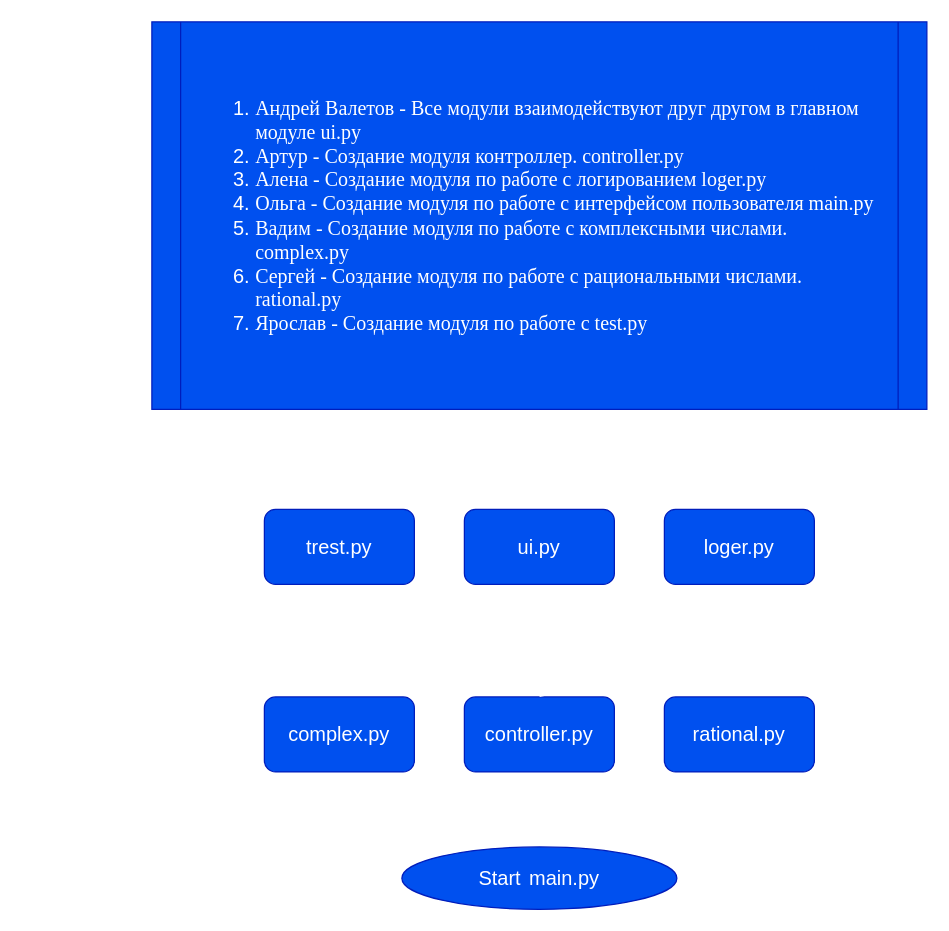
GrafanyS/calculator_program keeps this draw.io diagram as flowchart.drawio. Above is the earlier version. Source tidied: cells renumbered, new cells numbered last; positions are measured from the earlier drawing's top-left corner, leaving out a move shared by most shapes. Both pictures are drawn from the tidied source at 125%, with x=0, y=0 at pixel (151, 21).
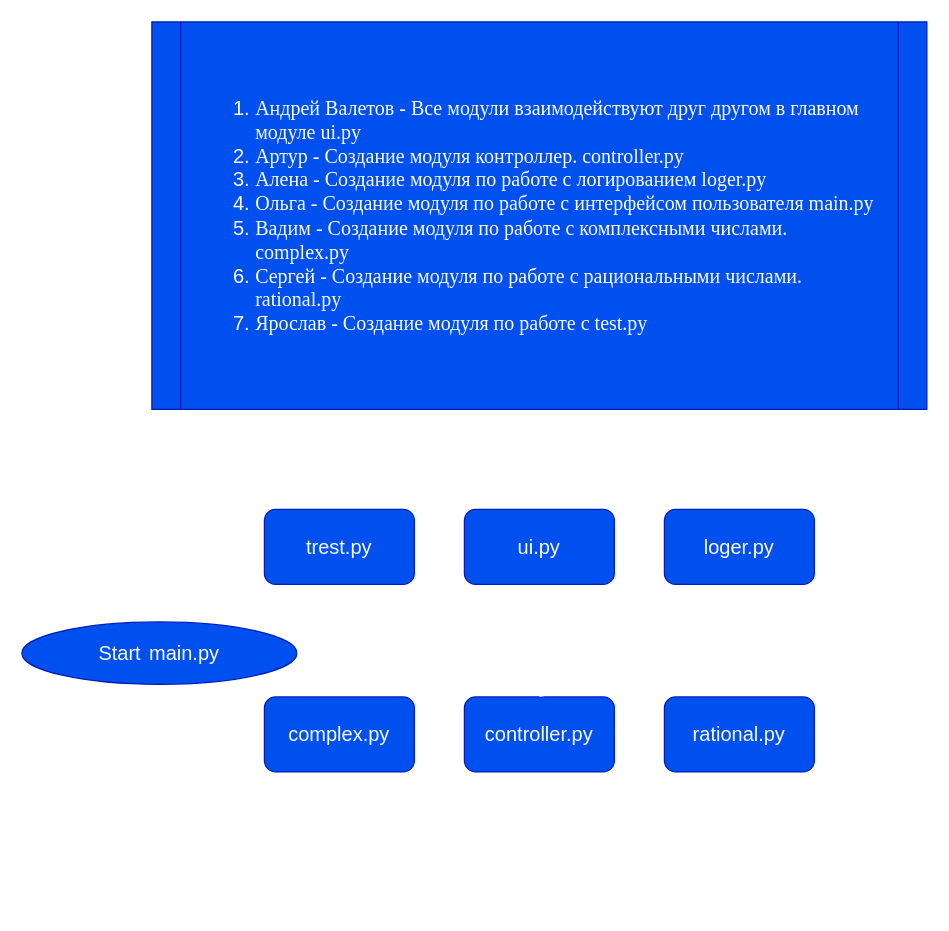
After the change.

Commit message:
.\flowchart.drawio изменил импорты

Change to the diagram source:
```diff
@@
 <mxGraphModel>
   <root>
     <mxCell id="0" />
     <mxCell id="1" parent="0" />
     <mxCell id="2" style="edgeStyle=none;html=1;exitX=1;exitY=0.5;exitDx=0;exitDy=0;entryX=0;entryY=0.5;entryDx=0;entryDy=0;strokeColor=#FFFFFF;" parent="1" edge="1" source="3" target="11">
       <mxGeometry relative="1" as="geometry" />
     </mxCell>
     <mxCell id="3" value="&lt;div style=&quot;font-size: 16px ; line-height: 22px&quot;&gt;&lt;div style=&quot;line-height: 22px&quot;&gt;&lt;font&gt;complex.py&lt;/font&gt;&lt;/div&gt;&lt;/div&gt;" style="rounded=1;whiteSpace=wrap;html=1;fontColor=#ffffff;labelBackgroundColor=none;fillColor=#0050ef;strokeColor=#001DBC;" parent="1" vertex="1">
       <mxGeometry x="90" y="540" width="120" height="60" as="geometry" />
     </mxCell>
     <mxCell id="4" style="edgeStyle=none;html=1;exitX=0;exitY=0.5;exitDx=0;exitDy=0;entryX=1;entryY=0.5;entryDx=0;entryDy=0;strokeColor=#FFFFFF;" parent="1" edge="1" source="5" target="11">
       <mxGeometry relative="1" as="geometry" />
     </mxCell>
     <mxCell id="5" value="&lt;div style=&quot;font-size: 16px; line-height: 22px;&quot;&gt;rational.py&lt;/div&gt;" style="rounded=1;whiteSpace=wrap;html=1;fontColor=#ffffff;labelBackgroundColor=none;fillColor=#0050ef;strokeColor=#001DBC;" parent="1" vertex="1">
       <mxGeometry x="410" y="540" width="120" height="60" as="geometry" />
     </mxCell>
     <mxCell id="6" style="edgeStyle=none;html=1;exitX=1;exitY=0.5;exitDx=0;exitDy=0;entryX=0;entryY=0.5;entryDx=0;entryDy=0;strokeColor=#FFFFFF;" parent="1" edge="1" source="7" target="16">
       <mxGeometry relative="1" as="geometry" />
     </mxCell>
     <mxCell id="7" value="&lt;font style=&quot;font-size: 16px&quot;&gt;trest.py&lt;/font&gt;" style="rounded=1;whiteSpace=wrap;html=1;fontColor=#ffffff;labelBackgroundColor=none;fillColor=#0050ef;strokeColor=#001DBC;" parent="1" vertex="1">
       <mxGeometry x="90" y="390" width="120" height="60" as="geometry" />
     </mxCell>
-    <mxCell id="8" style="edgeStyle=none;html=1;strokeColor=#FFFFFF;" parent="1" edge="1" source="9" target="11">
-      <mxGeometry relative="1" as="geometry" />
-    </mxCell>
     <mxCell id="9" value="&lt;font style=&quot;font-size: 16px&quot;&gt;Start&lt;/font&gt;&amp;nbsp;&amp;nbsp;&lt;span style=&quot;font-size: 16px&quot;&gt;main.py&lt;/span&gt;" style="ellipse;whiteSpace=wrap;html=1;fontColor=#ffffff;labelBackgroundColor=none;fillColor=#0050ef;strokeColor=#001DBC;" parent="1" vertex="1">
-      <mxGeometry x="200" y="660" width="220" height="50" as="geometry" />
+      <mxGeometry x="-104" y="480" width="220" height="50" as="geometry" />
     </mxCell>
     <mxCell id="10" style="edgeStyle=none;html=1;exitX=0.5;exitY=0;exitDx=0;exitDy=0;entryX=0.5;entryY=1;entryDx=0;entryDy=0;strokeColor=#FFFFFF;" parent="1" edge="1" source="11" target="16">
       <mxGeometry relative="1" as="geometry" />
     </mxCell>
     <mxCell id="11" value="&lt;font style=&quot;font-size: 16px&quot;&gt;controller.py&lt;/font&gt;" style="rounded=1;whiteSpace=wrap;html=1;fontColor=#ffffff;labelBackgroundColor=none;fillColor=#0050ef;strokeColor=#001DBC;" parent="1" vertex="1">
       <mxGeometry x="250" y="540" width="120" height="60" as="geometry" />
     </mxCell>
     <mxCell id="12" style="edgeStyle=none;html=1;exitX=0.5;exitY=0;exitDx=0;exitDy=0;entryX=0.433;entryY=-0.017;entryDx=0;entryDy=0;entryPerimeter=0;strokeColor=#FFFFFF;" parent="1" edge="1" source="15" target="7">
       <mxGeometry relative="1" as="geometry">
         <Array as="points">
           <mxPoint x="470" y="360" />
           <mxPoint x="142" y="360" />
         </Array>
       </mxGeometry>
     </mxCell>
     <mxCell id="13" style="edgeStyle=none;html=1;exitX=0;exitY=0.5;exitDx=0;exitDy=0;entryX=1;entryY=0.5;entryDx=0;entryDy=0;strokeColor=#FFFFFF;" parent="1" edge="1" source="15" target="16">
       <mxGeometry relative="1" as="geometry" />
     </mxCell>
     <mxCell id="14" style="edgeStyle=none;html=1;entryX=0.5;entryY=0;entryDx=0;entryDy=0;strokeColor=#FFFFFF;" parent="1" edge="1" source="15" target="11">
       <mxGeometry relative="1" as="geometry" />
     </mxCell>
     <mxCell id="15" value="&lt;font style=&quot;font-size: 16px&quot;&gt;loger.py&lt;/font&gt;" style="rounded=1;whiteSpace=wrap;html=1;fontColor=#ffffff;labelBackgroundColor=none;fillColor=#0050ef;strokeColor=#001DBC;" parent="1" vertex="1">
       <mxGeometry x="410" y="390" width="120" height="60" as="geometry" />
     </mxCell>
+    <mxCell id="18" style="edgeStyle=none;html=1;exitX=0.5;exitY=1;exitDx=0;exitDy=0;entryX=1;entryY=0.5;entryDx=0;entryDy=0;strokeColor=#FFFFFF;" parent="1" edge="1" source="16" target="9">
+      <mxGeometry relative="1" as="geometry" />
+    </mxCell>
     <mxCell id="16" value="&lt;font style=&quot;font-size: 16px&quot;&gt;ui.py&lt;/font&gt;" style="rounded=1;whiteSpace=wrap;html=1;fontColor=#ffffff;labelBackgroundColor=none;fillColor=#0050ef;strokeColor=#001DBC;" parent="1" vertex="1">
       <mxGeometry x="250" y="390" width="120" height="60" as="geometry" />
     </mxCell>
     <mxCell id="17" value="&lt;p class=&quot;MsoNormal&quot; style=&quot;margin-bottom: 0cm ; margin-bottom: 0.0001pt ; line-height: normal&quot;&gt;&lt;/p&gt;&lt;div style=&quot;text-align: left&quot;&gt;&lt;ol&gt;&lt;li&gt;&lt;span style=&quot;font-size: 12.0pt ; line-height: 107% ; font-family: &amp;#34;times new roman&amp;#34; , serif&quot;&gt;Андрей Валетов -&amp;nbsp;Все модули взаимодействуют друг другом в главном&lt;br&gt;модуле ui.py&lt;/span&gt;&lt;/li&gt;&lt;li&gt;&lt;span style=&quot;font-size: 12.0pt ; line-height: 107% ; font-family: &amp;#34;times new roman&amp;#34; , serif&quot;&gt;Артур&amp;nbsp;- Создание модуля контроллер.&amp;nbsp;controller.py&lt;br&gt;&lt;/span&gt;&lt;/li&gt;&lt;li&gt;&lt;span style=&quot;font-size: 12.0pt ; line-height: 107% ; font-family: &amp;#34;times new roman&amp;#34; , serif&quot;&gt;Алена&amp;nbsp;- Создание модуля по работе с логированием loger.py&lt;br&gt;&lt;/span&gt;&lt;/li&gt;&lt;li&gt;&lt;span style=&quot;font-size: 12.0pt ; line-height: 107% ; font-family: &amp;#34;times new roman&amp;#34; , serif&quot;&gt;Ольга&amp;nbsp;- Создание модуля по работе с интерфейсом пользователя main.py&lt;br&gt;&lt;/span&gt;&lt;/li&gt;&lt;li&gt;&lt;span style=&quot;font-size: 12.0pt ; line-height: 107% ; font-family: &amp;#34;times new roman&amp;#34; , serif&quot;&gt;Вадим&amp;nbsp;- Создание модуля по работе с комплексными числами.&lt;br&gt;complex.py&lt;br&gt;&lt;/span&gt;&lt;/li&gt;&lt;li&gt;&lt;span style=&quot;font-size: 12.0pt ; line-height: 107% ; font-family: &amp;#34;times new roman&amp;#34; , serif&quot;&gt;Сергей&amp;nbsp;-&amp;nbsp;Создание модуля по работе с рациональными числами.&lt;br&gt;rational.py&lt;br&gt;&lt;/span&gt;&lt;/li&gt;&lt;li&gt;&lt;span style=&quot;font-size: 12.0pt ; line-height: 107% ; font-family: &amp;#34;times new roman&amp;#34; , serif&quot;&gt;Ярослав&amp;nbsp;- Создание модуля по работе с test.py&lt;br&gt;&lt;/span&gt;&lt;/li&gt;&lt;/ol&gt;&lt;/div&gt;" style="shape=process;whiteSpace=wrap;html=1;backgroundOutline=1;labelBackgroundColor=none;fontFamily=Helvetica;fontSize=16;fontColor=#ffffff;size=0.036585365853658534;fillColor=#0050ef;strokeColor=#001DBC;" parent="1" vertex="1">
       <mxGeometry width="620" height="310" as="geometry" />
     </mxCell>
   </root>
 </mxGraphModel>
```
